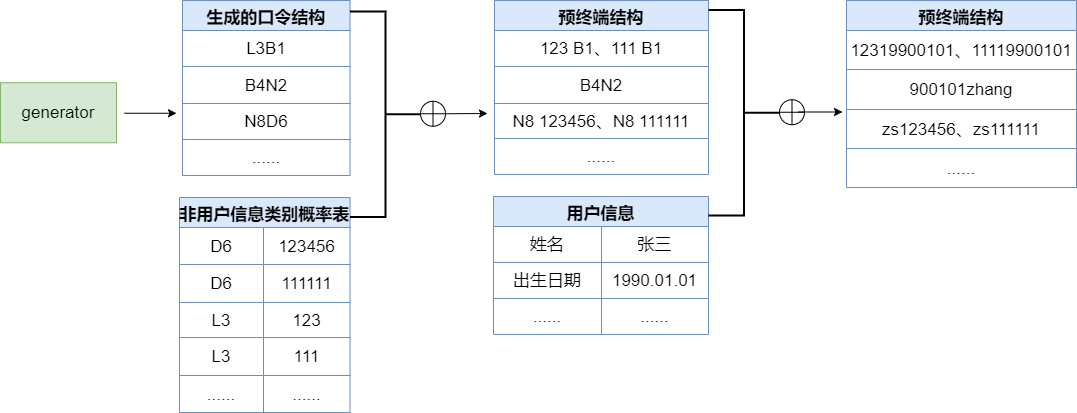
Earlier version of the draw.io export seqgan-fill.drawio.png (lakomi/pictures). Source tidied: cells renumbered, new cells last; positions are measured from the earlier drawing's top-left corner, leaving out a move shared by most shapes.
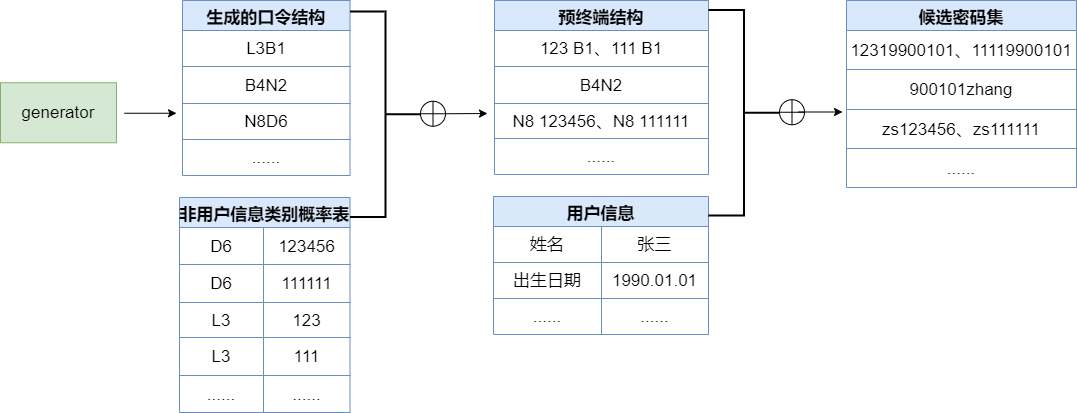
After the change.

What changed in the source:
```diff
@@ -137,7 +137,7 @@
     <mxCell id="46" value="......" style="shape=partialRectangle;html=1;whiteSpace=wrap;fillColor=none;top=0;left=0;bottom=0;right=0;overflow=hidden;fontSize=17;strokeWidth=1;" parent="44" vertex="1">
       <mxGeometry x="108" width="107" height="36" as="geometry" />
     </mxCell>
-    <mxCell id="47" value="预终端结构" style="shape=table;startSize=30;fontStyle=1;align=center;fontSize=17;strokeWidth=1;fillColor=#dae8fc;strokeColor=#6c8ebf;" parent="1" vertex="1">
+    <mxCell id="47" value="候选密码集" style="shape=table;startSize=30;fontStyle=1;align=center;fontSize=17;strokeWidth=1;fillColor=#dae8fc;strokeColor=#6c8ebf;" parent="1" vertex="1">
       <mxGeometry x="846" width="230" height="187" as="geometry" />
     </mxCell>
     <mxCell id="48" style="shape=tableRow;horizontal=0;startSize=0;swimlaneHead=0;swimlaneBody=0;top=0;left=0;bottom=0;right=0;fillColor=none;fontSize=17;strokeWidth=1;" parent="47" vertex="1">
```
